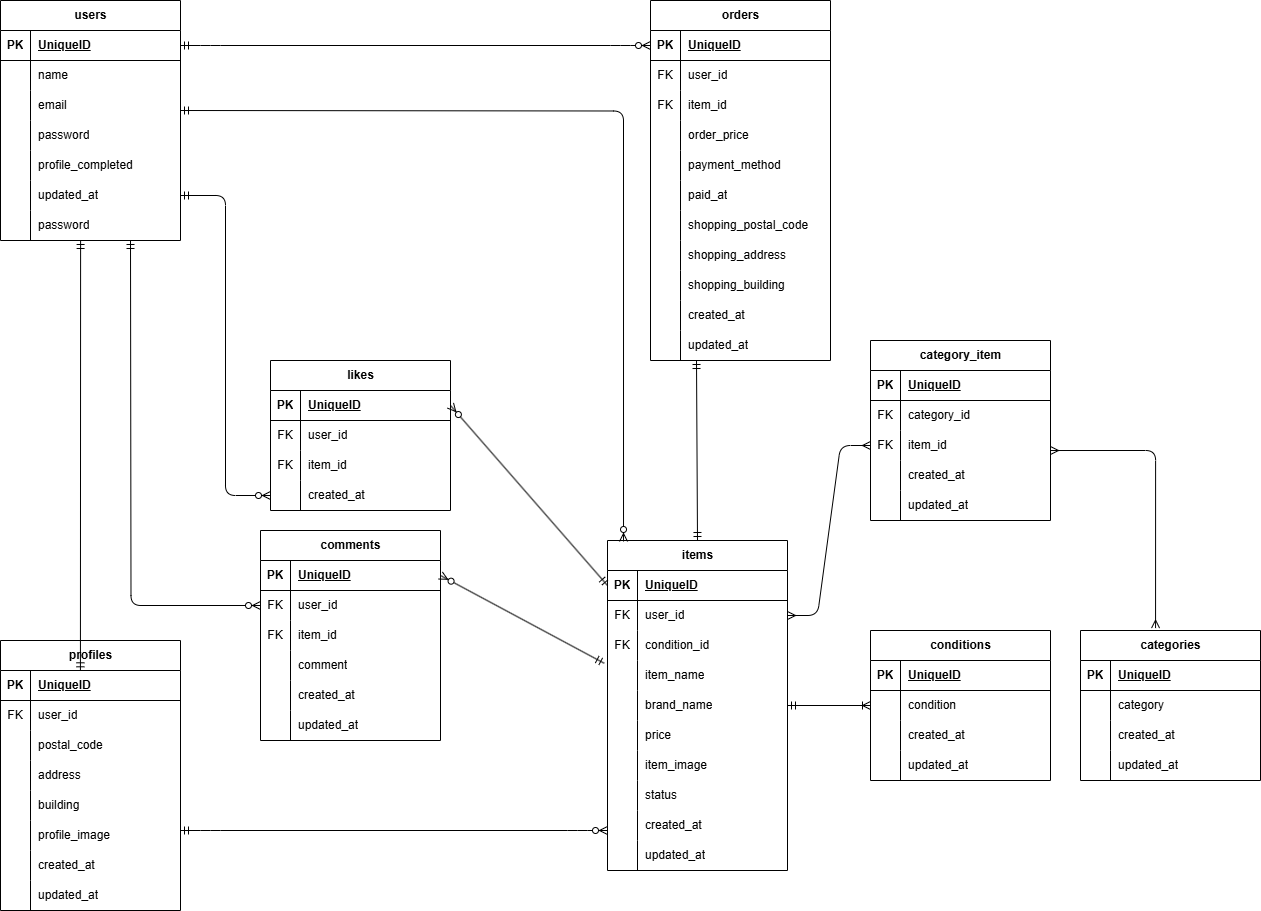
Before: flea.drawio.png, a diagram exported from draw.io (kenta-10043/coachtech-flea). Source tidied: cells renumbered, new cells last; positions are measured from the earlier drawing's top-left corner, leaving out a move shared by most shapes.
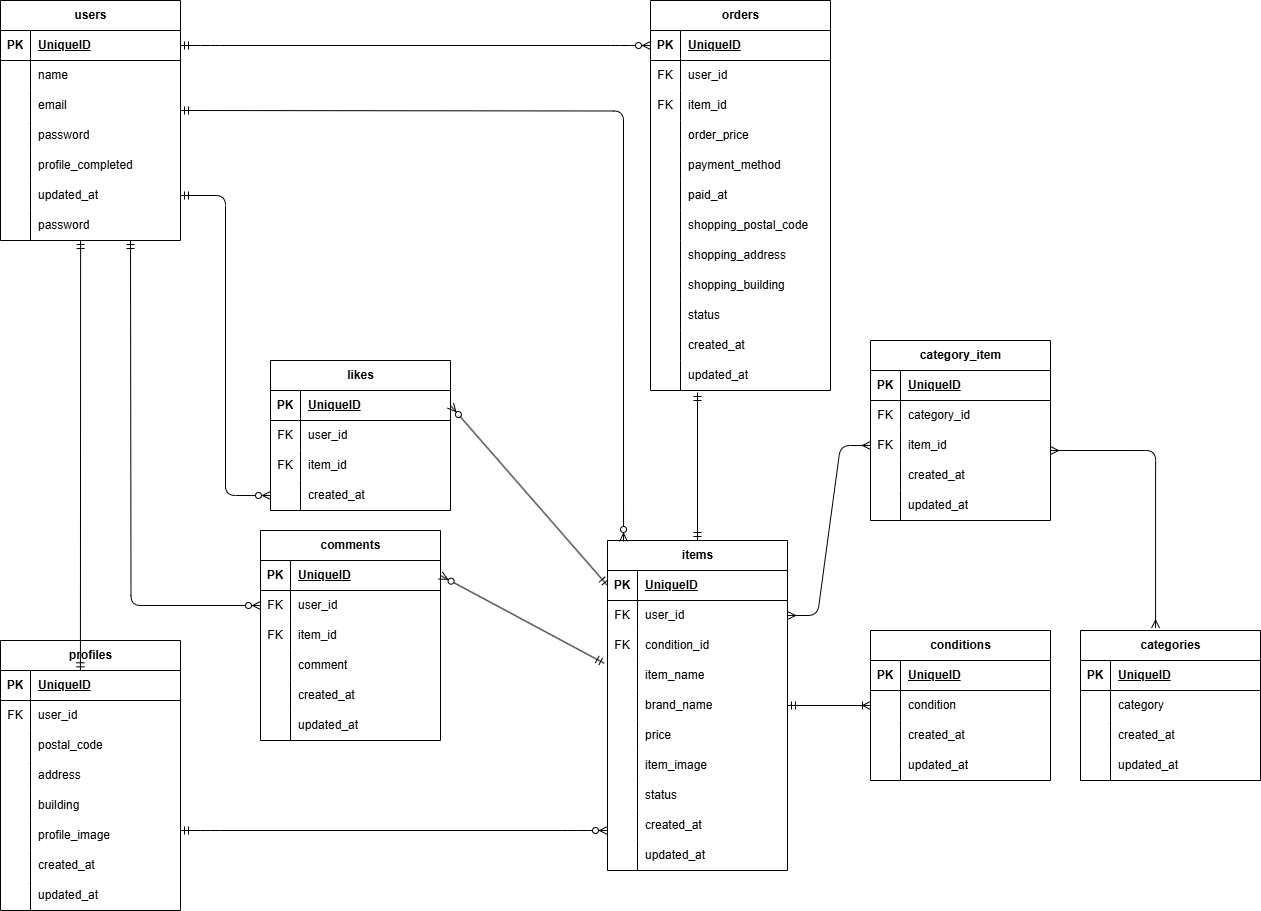
Above is the later version.

What changed in the source:
```diff
@@ -69,7 +69,7 @@
       <mxGeometry x="30" width="150" height="30" as="geometry" />
     </mxCell>
     <mxCell id="24" value="orders" style="shape=table;startSize=30;rowLines=0;fontStyle=1;align=center;html=1;" parent="1" vertex="1">
-      <mxGeometry x="650" width="180" height="360" as="geometry" />
+      <mxGeometry x="650" width="180" height="390" as="geometry" />
     </mxCell>
     <mxCell id="25" style="shape=tableRow;horizontal=0;startSize=0;swimlaneHead=0;swimlaneBody=0;fillColor=none;points=[[0,0.5],[1,0.5]];portConstraint=eastwest;top=0;left=0;right=0;bottom=1;" parent="24" vertex="1">
       <mxGeometry y="30" width="180" height="30" as="geometry" />
@@ -152,8 +152,17 @@
     <mxCell id="51" value="shopping_building" style="shape=partialRectangle;fillColor=none;top=0;left=0;bottom=0;right=0;align=left;spacingLeft=6;overflow=hidden;whiteSpace=wrap;html=1;" parent="49" vertex="1">
       <mxGeometry x="30" width="150" height="30" as="geometry" />
     </mxCell>
+    <mxCell id="200" style="shape=tableRow;horizontal=0;startSize=0;swimlaneHead=0;swimlaneBody=0;fillColor=none;top=0;left=0;right=0;bottom=0;" parent="24" vertex="1">
+      <mxGeometry y="300" width="180" height="30" as="geometry" />
+    </mxCell>
+    <mxCell id="201" style="shape=partialRectangle;fillColor=none;top=0;left=0;bottom=0;right=0;overflow=hidden;whiteSpace=wrap;html=1;" parent="200" vertex="1">
+      <mxGeometry width="30" height="30" as="geometry" />
+    </mxCell>
+    <mxCell id="202" value="status" style="shape=partialRectangle;fillColor=none;top=0;left=0;bottom=0;right=0;align=left;spacingLeft=6;overflow=hidden;whiteSpace=wrap;html=1;" parent="200" vertex="1">
+      <mxGeometry x="30" width="150" height="30" as="geometry" />
+    </mxCell>
     <mxCell id="52" style="shape=tableRow;horizontal=0;startSize=0;swimlaneHead=0;swimlaneBody=0;fillColor=none;top=0;left=0;right=0;bottom=0;" parent="24" vertex="1">
-      <mxGeometry y="300" width="180" height="30" as="geometry" />
+      <mxGeometry y="330" width="180" height="30" as="geometry" />
     </mxCell>
     <mxCell id="53" style="shape=partialRectangle;fillColor=none;top=0;left=0;bottom=0;right=0;overflow=hidden;whiteSpace=wrap;html=1;" parent="52" vertex="1">
       <mxGeometry width="30" height="30" as="geometry" />
@@ -162,7 +171,7 @@
       <mxGeometry x="30" width="150" height="30" as="geometry" />
     </mxCell>
     <mxCell id="55" style="shape=tableRow;horizontal=0;startSize=0;swimlaneHead=0;swimlaneBody=0;fillColor=none;top=0;left=0;right=0;bottom=0;" parent="24" vertex="1">
-      <mxGeometry y="330" width="180" height="30" as="geometry" />
+      <mxGeometry y="360" width="180" height="30" as="geometry" />
     </mxCell>
     <mxCell id="56" style="shape=partialRectangle;fillColor=none;top=0;left=0;bottom=0;right=0;overflow=hidden;whiteSpace=wrap;html=1;" parent="55" vertex="1">
       <mxGeometry width="30" height="30" as="geometry" />
@@ -456,7 +465,7 @@
     </mxCell>
     <mxCell id="146" style="fontSize=12;html=1;endArrow=ERmandOne;startArrow=ERmandOne;exitX=0.5;exitY=0;exitDx=0;exitDy=0;" parent="1" edge="1" source="163">
       <mxGeometry relative="1" as="geometry">
-        <mxPoint x="696" y="360" as="targetPoint" />
+        <mxPoint x="697" y="392" as="targetPoint" />
       </mxGeometry>
     </mxCell>
     <mxCell id="147" value="category_item" style="shape=table;startSize=30;rowLines=0;fontStyle=1;align=center;html=1;" parent="1" vertex="1">
```
